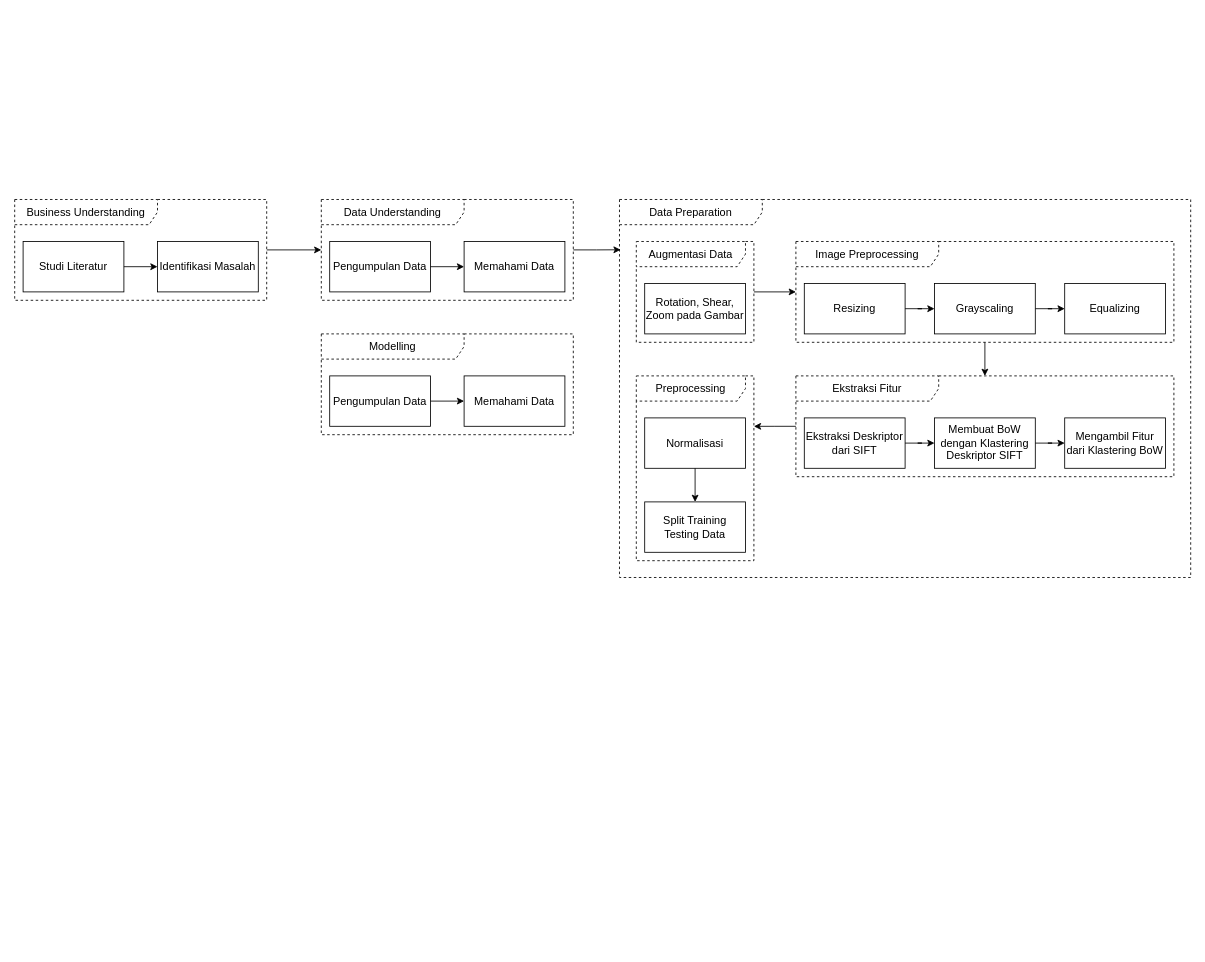
This is page "Metodologi" (1 of 4) of Tugas Akhir.drawio from RTAgung/tugas-akhir, a draw.io file, before an edit. Source tidied: cells renumbered, new cells numbered last; positions are measured from the earlier drawing's top-left corner, leaving out a move shared by most shapes. Both pictures are drawn from the tidied source at 84%, with x=0, y=0 at pixel (14, 199).
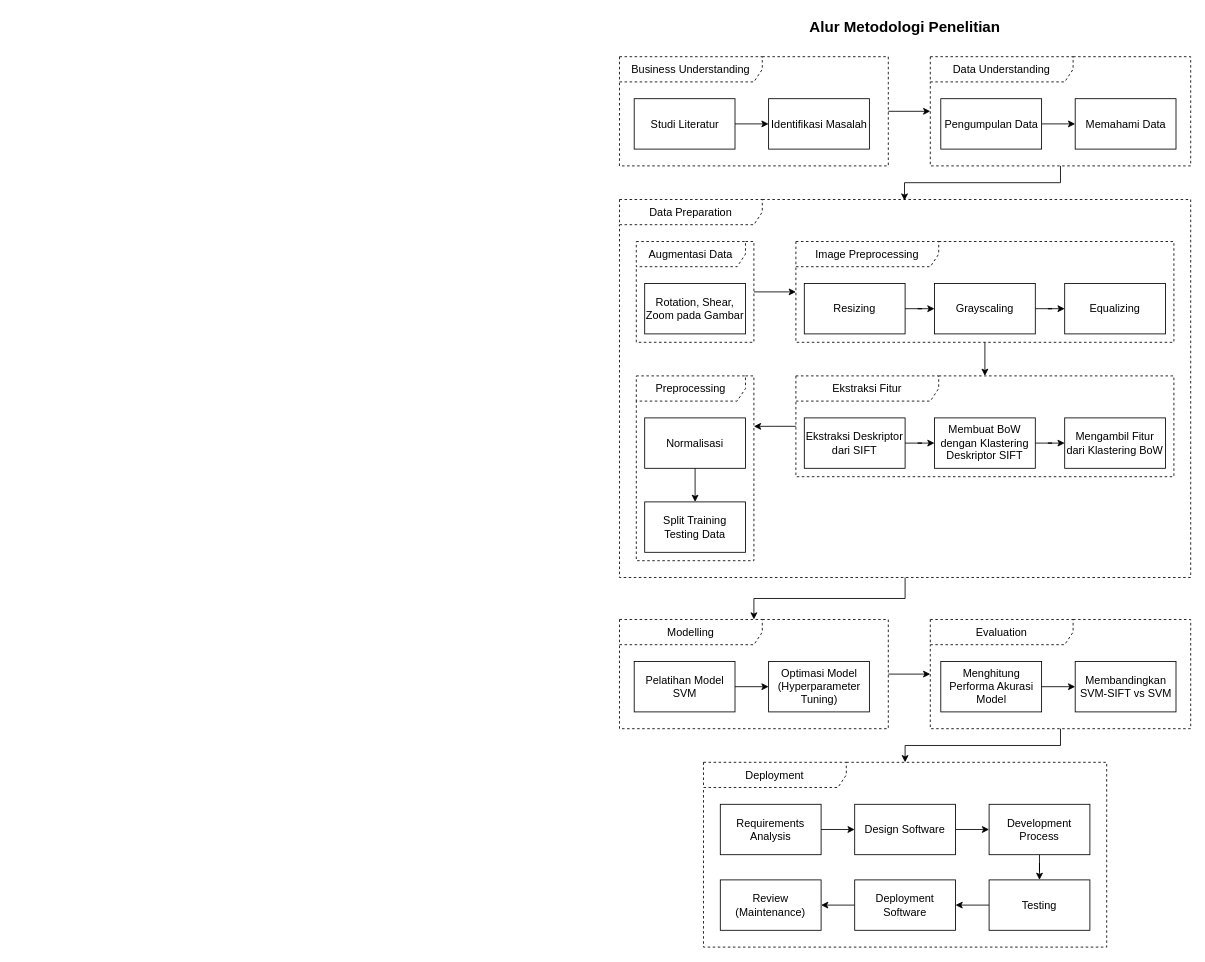
The same diagram, later.

The change refers to these unchanged cells:
```xml
<mxCell id="16" value="Data Preparation" style="shape=umlFrame;whiteSpace=wrap;html=1;dashed=1;strokeWidth=1;fillColor=none;width=170;height=30;fontSize=13;" parent="1" vertex="1">
  <mxGeometry x="720" width="680" height="450" as="geometry" />
</mxCell>
```

What changed in the source:
```diff
@@
-    <mxCell id="3" style="edgeStyle=orthogonalEdgeStyle;rounded=0;jettySize=auto;html=1;entryX=0.002;entryY=0.133;entryDx=0;entryDy=0;entryPerimeter=0;fontSize=13;strokeWidth=1;" parent="1" edge="1" source="12" target="16">
+    <mxCell id="3" style="edgeStyle=orthogonalEdgeStyle;rounded=0;jettySize=auto;html=1;entryX=0.499;entryY=0.003;entryDx=0;entryDy=0;entryPerimeter=0;fontSize=13;strokeWidth=1;" parent="1" edge="1" source="12" target="16">
       <mxGeometry relative="1" as="geometry" />
     </mxCell>
     <mxCell id="4" value="Business Understanding" style="shape=umlFrame;whiteSpace=wrap;html=1;dashed=1;strokeWidth=1;fillColor=none;width=170;height=30;fontSize=13;" parent="1" vertex="1">
-      <mxGeometry width="300" height="120" as="geometry" />
+      <mxGeometry x="720" y="-170" width="320" height="130" as="geometry" />
     </mxCell>
     <mxCell id="5" value="Studi Literatur" style="rounded=0;whiteSpace=wrap;html=1;fontSize=13;strokeWidth=1;" parent="1" vertex="1">
-      <mxGeometry x="10" y="50" width="120" height="60" as="geometry" />
+      <mxGeometry x="737.5" y="-120" width="120" height="60" as="geometry" />
     </mxCell>
     <mxCell id="6" value="Identifikasi Masalah" style="rounded=0;whiteSpace=wrap;html=1;fontSize=13;strokeWidth=1;" parent="1" vertex="1">
-      <mxGeometry x="170" y="50" width="120" height="60" as="geometry" />
+      <mxGeometry x="897.5" y="-120" width="120" height="60" as="geometry" />
     </mxCell>
@@
+    <mxCell id="38" style="edgeStyle=orthogonalEdgeStyle;rounded=0;jettySize=auto;html=1;" parent="1" edge="1" source="8" target="41">
+      <mxGeometry relative="1" as="geometry" />
+    </mxCell>
     <mxCell id="8" value="Modelling" style="shape=umlFrame;whiteSpace=wrap;html=1;dashed=1;strokeWidth=1;fillColor=none;width=170;height=30;fontSize=13;" parent="1" vertex="1">
-      <mxGeometry x="365" y="160" width="300" height="120" as="geometry" />
+      <mxGeometry x="720" y="500" width="320" height="130" as="geometry" />
     </mxCell>
-    <mxCell id="9" value="Pengumpulan Data" style="rounded=0;whiteSpace=wrap;html=1;fontSize=13;strokeWidth=1;" parent="1" vertex="1">
-      <mxGeometry x="375" y="210" width="120" height="60" as="geometry" />
+    <mxCell id="9" value="Pelatihan Model SVM" style="rounded=0;whiteSpace=wrap;html=1;fontSize=13;strokeWidth=1;" parent="1" vertex="1">
+      <mxGeometry x="737.5" y="550" width="120" height="60" as="geometry" />
     </mxCell>
-    <mxCell id="10" value="Memahami Data" style="rounded=0;whiteSpace=wrap;html=1;fontSize=13;strokeWidth=1;" parent="1" vertex="1">
-      <mxGeometry x="535" y="210" width="120" height="60" as="geometry" />
+    <mxCell id="10" value="Optimasi Model (Hyperparameter Tuning)" style="rounded=0;whiteSpace=wrap;html=1;fontSize=13;strokeWidth=1;" parent="1" vertex="1">
+      <mxGeometry x="897.5" y="550" width="120" height="60" as="geometry" />
     </mxCell>
@@
     <mxCell id="12" value="Data Understanding" style="shape=umlFrame;whiteSpace=wrap;html=1;dashed=1;strokeWidth=1;fillColor=none;width=170;height=30;fontSize=13;" parent="1" vertex="1">
-      <mxGeometry x="365" width="300" height="120" as="geometry" />
+      <mxGeometry x="1090" y="-170" width="310" height="130" as="geometry" />
     </mxCell>
     <mxCell id="13" value="Pengumpulan Data" style="rounded=0;whiteSpace=wrap;html=1;fontSize=13;strokeWidth=1;" parent="1" vertex="1">
-      <mxGeometry x="375" y="50" width="120" height="60" as="geometry" />
+      <mxGeometry x="1102.5" y="-120" width="120" height="60" as="geometry" />
     </mxCell>
     <mxCell id="14" value="Memahami Data" style="rounded=0;whiteSpace=wrap;html=1;fontSize=13;strokeWidth=1;" parent="1" vertex="1">
-      <mxGeometry x="535" y="50" width="120" height="60" as="geometry" />
+      <mxGeometry x="1262.5" y="-120" width="120" height="60" as="geometry" />
     </mxCell>
@@
+    <mxCell id="39" style="edgeStyle=orthogonalEdgeStyle;rounded=0;jettySize=auto;html=1;" parent="1" edge="1" source="16" target="8">
+      <mxGeometry relative="1" as="geometry" />
+    </mxCell>
@@
+    <mxCell id="40" style="edgeStyle=orthogonalEdgeStyle;rounded=0;jettySize=auto;html=1;" parent="1" edge="1" source="41" target="45">
+      <mxGeometry relative="1" as="geometry" />
+    </mxCell>
+    <mxCell id="41" value="Evaluation" style="shape=umlFrame;whiteSpace=wrap;html=1;dashed=1;strokeWidth=1;fillColor=none;width=170;height=30;fontSize=13;" parent="1" vertex="1">
+      <mxGeometry x="1090" y="500" width="310" height="130" as="geometry" />
+    </mxCell>
+    <mxCell id="42" value="Menghitung Performa Akurasi Model" style="rounded=0;whiteSpace=wrap;html=1;fontSize=13;strokeWidth=1;" parent="1" vertex="1">
+      <mxGeometry x="1102.5" y="550" width="120" height="60" as="geometry" />
+    </mxCell>
+    <mxCell id="43" value="Membandingkan SVM-SIFT vs SVM" style="rounded=0;whiteSpace=wrap;html=1;fontSize=13;strokeWidth=1;" parent="1" vertex="1">
+      <mxGeometry x="1262.5" y="550" width="120" height="60" as="geometry" />
+    </mxCell>
+    <mxCell id="44" style="edgeStyle=orthogonalEdgeStyle;rounded=0;jettySize=auto;html=1;fontSize=13;strokeWidth=1;" parent="1" edge="1" source="42" target="43">
+      <mxGeometry relative="1" as="geometry" />
+    </mxCell>
+    <mxCell id="45" value="Deployment" style="shape=umlFrame;whiteSpace=wrap;html=1;dashed=1;strokeWidth=1;fillColor=none;width=170;height=30;fontSize=13;" parent="1" vertex="1">
+      <mxGeometry x="820" y="670" width="480" height="220" as="geometry" />
+    </mxCell>
+    <mxCell id="46" value="Requirements Analysis" style="rounded=0;whiteSpace=wrap;html=1;fontSize=13;strokeWidth=1;" parent="1" vertex="1">
+      <mxGeometry x="840" y="720" width="120" height="60" as="geometry" />
+    </mxCell>
+    <mxCell id="47" style="edgeStyle=orthogonalEdgeStyle;rounded=0;jettySize=auto;html=1;entryX=0;entryY=0.5;entryDx=0;entryDy=0;" parent="1" edge="1" source="48" target="51">
+      <mxGeometry relative="1" as="geometry" />
+    </mxCell>
+    <mxCell id="48" value="Design Software" style="rounded=0;whiteSpace=wrap;html=1;fontSize=13;strokeWidth=1;" parent="1" vertex="1">
+      <mxGeometry x="1000" y="720" width="120" height="60" as="geometry" />
+    </mxCell>
+    <mxCell id="49" style="edgeStyle=orthogonalEdgeStyle;rounded=0;jettySize=auto;html=1;fontSize=13;strokeWidth=1;" parent="1" edge="1" source="46" target="48">
+      <mxGeometry relative="1" as="geometry" />
+    </mxCell>
+    <mxCell id="50" style="edgeStyle=orthogonalEdgeStyle;rounded=0;jettySize=auto;html=1;" parent="1" edge="1" source="51" target="56">
+      <mxGeometry relative="1" as="geometry" />
+    </mxCell>
+    <mxCell id="51" value="Development Process" style="rounded=0;whiteSpace=wrap;html=1;fontSize=13;strokeWidth=1;" parent="1" vertex="1">
+      <mxGeometry x="1160" y="720" width="120" height="60" as="geometry" />
+    </mxCell>
+    <mxCell id="52" value="Review (Maintenance)" style="rounded=0;whiteSpace=wrap;html=1;fontSize=13;strokeWidth=1;" parent="1" vertex="1">
+      <mxGeometry x="840" y="810" width="120" height="60" as="geometry" />
+    </mxCell>
+    <mxCell id="53" style="edgeStyle=orthogonalEdgeStyle;rounded=0;jettySize=auto;html=1;" parent="1" edge="1" source="54" target="52">
+      <mxGeometry relative="1" as="geometry" />
+    </mxCell>
+    <mxCell id="54" value="Deployment Software" style="rounded=0;whiteSpace=wrap;html=1;fontSize=13;strokeWidth=1;" parent="1" vertex="1">
+      <mxGeometry x="1000" y="810" width="120" height="60" as="geometry" />
+    </mxCell>
+    <mxCell id="55" style="edgeStyle=orthogonalEdgeStyle;rounded=0;jettySize=auto;html=1;" parent="1" edge="1" source="56" target="54">
+      <mxGeometry relative="1" as="geometry" />
+    </mxCell>
+    <mxCell id="56" value="Testing" style="rounded=0;whiteSpace=wrap;html=1;fontSize=13;strokeWidth=1;" parent="1" vertex="1">
+      <mxGeometry x="1160" y="810" width="120" height="60" as="geometry" />
+    </mxCell>
+    <mxCell id="57" value="Alur Metodologi Penelitian" style="text;html=1;strokeColor=none;fillColor=none;align=center;verticalAlign=middle;whiteSpace=wrap;rounded=0;fontSize=18;fontStyle=1;" parent="1" vertex="1">
+      <mxGeometry x="833" y="-220" width="454" height="30" as="geometry" />
+    </mxCell>
```
